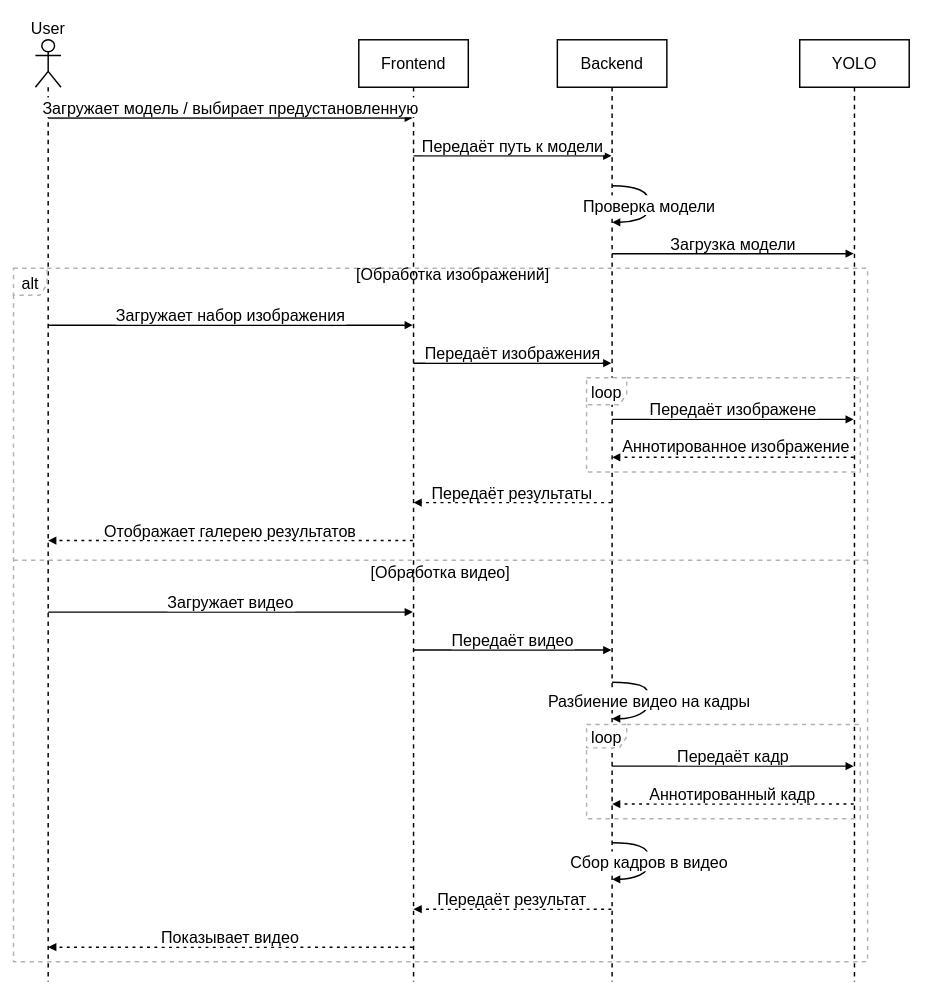
Before: ВКР/Диаграмма.drawio in FaceMan01/Homework, a draw.io diagram. Source tidied: cells renumbered, new cells numbered last; positions are measured from the earlier drawing's top-left corner, leaving out a move shared by most shapes. Both pictures are drawn from the tidied source at 73%, with x=0, y=0 at pixel (13, 39).
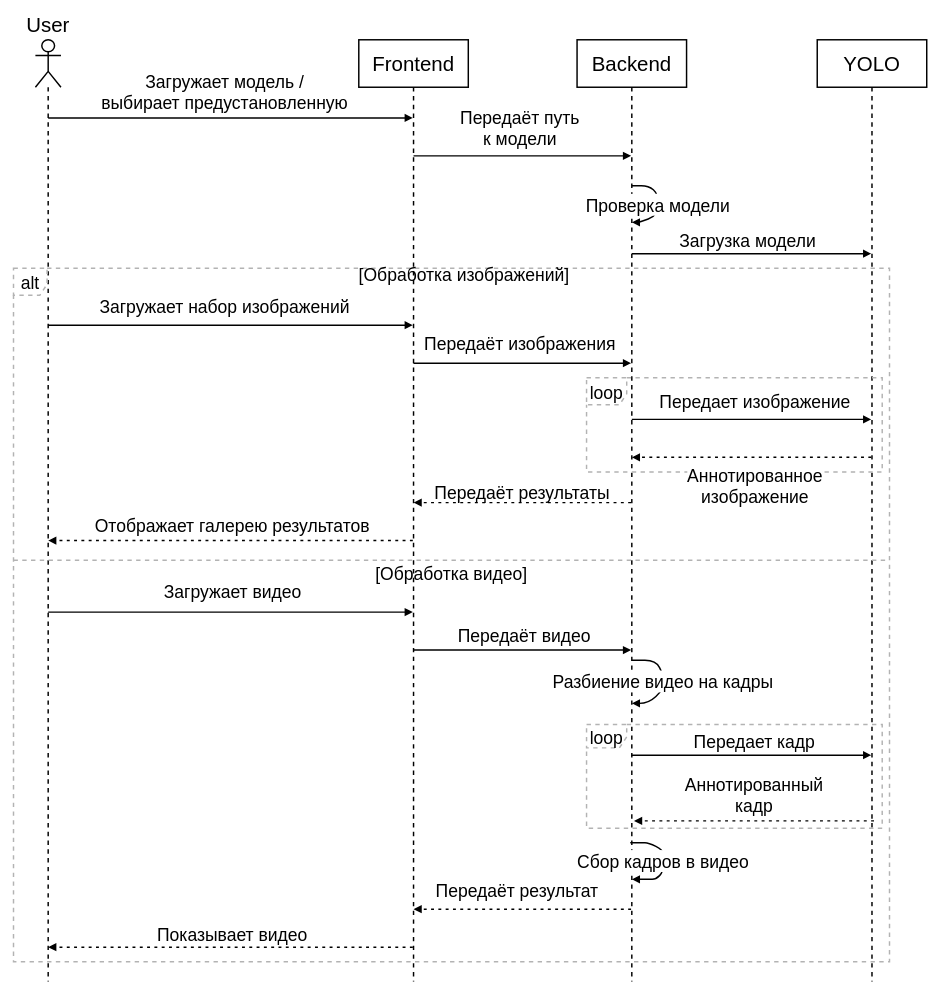
The same diagram, later.

The edit, as a diff of the source:
```diff
@@
-    <mxCell id="2" value="User" style="shape=umlLifeline;perimeter=lifelinePerimeter;whiteSpace=wrap;outlineConnect=0;portConstraint=eastwest;newEdgeStyle={&quot;edgeStyle&quot;:&quot;elbowEdgeStyle&quot;,&quot;elbow&quot;:&quot;vertical&quot;,&quot;curved&quot;:0,&quot;rounded&quot;:0};participant=umlActor;verticalAlign=bottom;labelPosition=center;verticalLabelPosition=top;align=center;size=65;fontSize=22;strokeWidth=2;shadow=0;" parent="1" vertex="1">
+    <mxCell id="2" value="User" style="shape=umlLifeline;perimeter=lifelinePerimeter;whiteSpace=wrap;outlineConnect=0;portConstraint=eastwest;newEdgeStyle={&quot;edgeStyle&quot;:&quot;elbowEdgeStyle&quot;,&quot;elbow&quot;:&quot;vertical&quot;,&quot;curved&quot;:0,&quot;rounded&quot;:0};participant=umlActor;verticalAlign=bottom;labelPosition=center;verticalLabelPosition=top;align=center;size=65;fontSize=28;strokeWidth=2;shadow=0;" parent="1" vertex="1">
       <mxGeometry x="30" width="35" height="1290" as="geometry" />
     </mxCell>
-    <mxCell id="3" value="Frontend" style="shape=umlLifeline;perimeter=lifelinePerimeter;whiteSpace=wrap;outlineConnect=0;portConstraint=eastwest;newEdgeStyle={&quot;edgeStyle&quot;:&quot;elbowEdgeStyle&quot;,&quot;elbow&quot;:&quot;vertical&quot;,&quot;curved&quot;:0,&quot;rounded&quot;:0};size=65;fontSize=22;strokeWidth=2;shadow=0;" parent="1" vertex="1">
+    <mxCell id="3" value="Frontend" style="shape=umlLifeline;perimeter=lifelinePerimeter;whiteSpace=wrap;outlineConnect=0;portConstraint=eastwest;newEdgeStyle={&quot;edgeStyle&quot;:&quot;elbowEdgeStyle&quot;,&quot;elbow&quot;:&quot;vertical&quot;,&quot;curved&quot;:0,&quot;rounded&quot;:0};size=65;fontSize=28;strokeWidth=2;shadow=0;" parent="1" vertex="1">
       <mxGeometry x="473" width="150" height="1290" as="geometry" />
     </mxCell>
-    <mxCell id="4" value="Backend" style="shape=umlLifeline;perimeter=lifelinePerimeter;whiteSpace=wrap;outlineConnect=0;portConstraint=eastwest;newEdgeStyle={&quot;edgeStyle&quot;:&quot;elbowEdgeStyle&quot;,&quot;elbow&quot;:&quot;vertical&quot;,&quot;curved&quot;:0,&quot;rounded&quot;:0};size=65;fontSize=22;strokeWidth=2;shadow=0;" parent="1" vertex="1">
-      <mxGeometry x="745" width="150" height="1290" as="geometry" />
+    <mxCell id="4" value="Backend" style="shape=umlLifeline;perimeter=lifelinePerimeter;whiteSpace=wrap;outlineConnect=0;portConstraint=eastwest;newEdgeStyle={&quot;edgeStyle&quot;:&quot;elbowEdgeStyle&quot;,&quot;elbow&quot;:&quot;vertical&quot;,&quot;curved&quot;:0,&quot;rounded&quot;:0};size=65;fontSize=28;strokeWidth=2;shadow=0;" parent="1" vertex="1">
+      <mxGeometry x="772" width="150" height="1290" as="geometry" />
     </mxCell>
-    <mxCell id="5" value="YOLO" style="shape=umlLifeline;perimeter=lifelinePerimeter;whiteSpace=wrap;outlineConnect=0;portConstraint=eastwest;newEdgeStyle={&quot;edgeStyle&quot;:&quot;elbowEdgeStyle&quot;,&quot;elbow&quot;:&quot;vertical&quot;,&quot;curved&quot;:0,&quot;rounded&quot;:0};size=65;fontSize=22;strokeWidth=2;shadow=0;" parent="1" vertex="1">
-      <mxGeometry x="1077" width="150" height="1290" as="geometry" />
+    <mxCell id="5" value="YOLO" style="shape=umlLifeline;perimeter=lifelinePerimeter;whiteSpace=wrap;outlineConnect=0;portConstraint=eastwest;newEdgeStyle={&quot;edgeStyle&quot;:&quot;elbowEdgeStyle&quot;,&quot;elbow&quot;:&quot;vertical&quot;,&quot;curved&quot;:0,&quot;rounded&quot;:0};size=65;fontSize=28;strokeWidth=2;shadow=0;" parent="1" vertex="1">
+      <mxGeometry x="1101" width="150" height="1290" as="geometry" />
     </mxCell>
-    <mxCell id="6" value="loop" style="shape=umlFrame;dashed=1;strokeColor=#B3B3B3;height=37;width=55;fontSize=22;strokeWidth=2;shadow=0;" parent="1" vertex="1">
-      <mxGeometry x="785" y="463" width="375" height="129" as="geometry" />
+    <mxCell id="6" value="loop" style="shape=umlFrame;dashed=1;strokeColor=#B3B3B3;height=37;width=55;fontSize=24;strokeWidth=2;shadow=0;" parent="1" vertex="1">
+      <mxGeometry x="785" y="463" width="405" height="129" as="geometry" />
     </mxCell>
-    <mxCell id="7" style="text;strokeColor=none;fillColor=none;align=center;verticalAlign=middle;whiteSpace=wrap;fontSize=22;strokeWidth=2;shadow=0;" parent="6" vertex="1">
-      <mxGeometry x="46.4" width="328.6" height="20" as="geometry" />
+    <mxCell id="7" style="text;strokeColor=none;fillColor=none;align=center;verticalAlign=middle;whiteSpace=wrap;fontSize=24;strokeWidth=2;shadow=0;" parent="6" vertex="1">
+      <mxGeometry x="50.2" width="354.8" height="20" as="geometry" />
     </mxCell>
-    <mxCell id="8" value="loop" style="shape=umlFrame;dashed=1;strokeColor=#B3B3B3;height=32;width=55;fontSize=22;strokeWidth=2;shadow=0;" parent="1" vertex="1">
-      <mxGeometry x="785" y="938" width="375" height="129" as="geometry" />
+    <mxCell id="8" value="loop" style="shape=umlFrame;dashed=1;strokeColor=#B3B3B3;height=32;width=55;fontSize=24;strokeWidth=2;shadow=0;" parent="1" vertex="1">
+      <mxGeometry x="785" y="938" width="405" height="142" as="geometry" />
     </mxCell>
-    <mxCell id="9" style="text;strokeColor=none;fillColor=none;align=center;verticalAlign=middle;whiteSpace=wrap;fontSize=22;strokeWidth=2;shadow=0;" parent="8" vertex="1">
-      <mxGeometry x="46.4" width="328.6" height="20" as="geometry" />
+    <mxCell id="9" style="text;strokeColor=none;fillColor=none;align=center;verticalAlign=middle;whiteSpace=wrap;fontSize=24;strokeWidth=2;shadow=0;" parent="8" vertex="1">
+      <mxGeometry x="50.2" width="354.8" height="22" as="geometry" />
     </mxCell>
-    <mxCell id="10" value="alt" style="shape=umlFrame;dashed=1;strokeColor=#B3B3B3;height=37;width=46;fontSize=22;strokeWidth=2;shadow=0;" parent="1" vertex="1">
-      <mxGeometry y="313" width="1170" height="950" as="geometry" />
+    <mxCell id="10" value="alt" style="shape=umlFrame;dashed=1;strokeColor=#B3B3B3;height=37;width=46;fontSize=24;strokeWidth=2;shadow=0;" parent="1" vertex="1">
+      <mxGeometry y="313" width="1200" height="950" as="geometry" />
     </mxCell>
-    <mxCell id="11" value="[Обработка изображений]" style="text;strokeColor=none;fillColor=none;align=center;verticalAlign=middle;whiteSpace=wrap;fontSize=22;strokeWidth=2;shadow=0;" parent="10" vertex="1">
-      <mxGeometry x="34.3" width="1135.7" height="20" as="geometry" />
+    <mxCell id="11" value="[Обработка изображений]" style="text;strokeColor=none;fillColor=none;align=center;verticalAlign=middle;whiteSpace=wrap;fontSize=24;strokeWidth=2;shadow=0;" parent="10" vertex="1">
+      <mxGeometry x="35.2" width="1164.8" height="20" as="geometry" />
     </mxCell>
-    <mxCell id="12" value="[Обработка видео]" style="shape=line;dashed=1;whiteSpace=wrap;verticalAlign=top;labelPosition=center;verticalLabelPosition=middle;align=center;strokeColor=#B3B3B3;fontSize=22;strokeWidth=2;shadow=0;" parent="10" vertex="1">
-      <mxGeometry y="398" width="1170" height="4" as="geometry" />
+    <mxCell id="12" value="[Обработка видео]" style="shape=line;dashed=1;whiteSpace=wrap;verticalAlign=top;labelPosition=center;verticalLabelPosition=middle;align=center;strokeColor=#B3B3B3;fontSize=24;strokeWidth=2;shadow=0;" parent="10" vertex="1">
+      <mxGeometry y="398" width="1200" height="4" as="geometry" />
     </mxCell>
-    <mxCell id="13" value="Загружает модель / выбирает предустановленную" style="verticalAlign=bottom;edgeStyle=elbowEdgeStyle;elbow=vertical;curved=0;rounded=0;endArrow=block;fontSize=22;strokeWidth=2;shadow=0;" parent="1" edge="1" source="2" target="3">
-      <mxGeometry relative="1" as="geometry">
+    <mxCell id="13" value="Загружает модель /&#10;выбирает предустановленную" style="verticalAlign=bottom;edgeStyle=elbowEdgeStyle;elbow=vertical;curved=0;rounded=0;endArrow=block;fontSize=24;strokeWidth=2;shadow=0;" parent="1" edge="1" source="2" target="3">
+      <mxGeometry x="-0.03" y="7" relative="1" as="geometry">
         <Array as="points">
           <mxPoint x="335" y="107" />
         </Array>
       </mxGeometry>
     </mxCell>
-    <mxCell id="14" value="Передаёт путь к модели" style="verticalAlign=bottom;edgeStyle=elbowEdgeStyle;elbow=vertical;curved=0;rounded=0;endArrow=block;fontSize=22;strokeWidth=2;shadow=0;" parent="1" edge="1" source="3" target="4">
-      <mxGeometry relative="1" as="geometry">
+    <mxCell id="14" value="Передаёт путь &#10;к модели" style="verticalAlign=bottom;edgeStyle=elbowEdgeStyle;elbow=vertical;curved=0;rounded=0;endArrow=block;fontSize=24;strokeWidth=2;shadow=0;" parent="1" edge="1" source="3" target="4">
+      <mxGeometry x="-0.02" y="9" relative="1" as="geometry">
         <Array as="points">
           <mxPoint x="681" y="159" />
         </Array>
       </mxGeometry>
     </mxCell>
-    <mxCell id="15" value="Проверка модели" style="curved=1;endArrow=block;rounded=0;fontSize=22;strokeWidth=2;shadow=0;" parent="1" edge="1" source="4" target="4">
+    <mxCell id="15" value="Проверка модели" style="curved=1;endArrow=block;rounded=0;fontSize=24;strokeWidth=2;shadow=0;" parent="1" edge="1" source="4" target="4">
       <mxGeometry relative="1" as="geometry">
         <Array as="points">
-          <mxPoint x="844" y="200" />
-          <mxPoint x="871" y="211" />
-          <mxPoint x="871" y="241" />
-          <mxPoint x="844" y="250" />
+          <mxPoint x="850" y="200" />
+          <mxPoint x="870" y="200" />
+          <mxPoint x="883" y="211" />
+          <mxPoint x="883" y="241" />
+          <mxPoint x="856" y="250" />
         </Array>
       </mxGeometry>
     </mxCell>
-    <mxCell id="16" value="Загрузка модели" style="verticalAlign=bottom;edgeStyle=elbowEdgeStyle;elbow=vertical;curved=0;rounded=0;endArrow=block;fontSize=22;strokeWidth=2;shadow=0;" parent="1" edge="1" source="4" target="5">
-      <mxGeometry relative="1" as="geometry">
+    <mxCell id="16" value="Загрузка модели" style="verticalAlign=bottom;edgeStyle=elbowEdgeStyle;elbow=vertical;curved=0;rounded=0;endArrow=block;fontSize=24;strokeWidth=2;shadow=0;" parent="1" edge="1" source="4" target="5">
+      <mxGeometry x="-0.03" y="3" relative="1" as="geometry">
         <Array as="points">
           <mxPoint x="955" y="293" />
         </Array>
       </mxGeometry>
     </mxCell>
-    <mxCell id="17" value="Загружает набор изображения" style="verticalAlign=bottom;edgeStyle=elbowEdgeStyle;elbow=vertical;curved=0;rounded=0;endArrow=block;fontSize=22;strokeWidth=2;shadow=0;" parent="1" edge="1" source="2" target="3">
-      <mxGeometry relative="1" as="geometry">
+    <mxCell id="17" value="Загружает набор изображений" style="verticalAlign=bottom;edgeStyle=elbowEdgeStyle;elbow=vertical;curved=0;rounded=0;endArrow=block;fontSize=24;strokeWidth=2;shadow=0;" parent="1" edge="1" source="2" target="3">
+      <mxGeometry x="-0.03" y="11" relative="1" as="geometry">
         <Array as="points">
           <mxPoint x="335" y="391" />
         </Array>
       </mxGeometry>
     </mxCell>
-    <mxCell id="18" value="Передаёт изображения" style="verticalAlign=bottom;edgeStyle=elbowEdgeStyle;elbow=vertical;curved=0;rounded=0;endArrow=block;fontSize=22;strokeWidth=2;shadow=0;" parent="1" edge="1" source="3" target="4">
-      <mxGeometry relative="1" as="geometry">
+    <mxCell id="18" value="Передаёт изображения" style="verticalAlign=bottom;edgeStyle=elbowEdgeStyle;elbow=vertical;curved=0;rounded=0;endArrow=block;fontSize=24;strokeWidth=2;shadow=0;" parent="1" edge="1" source="3" target="4">
+      <mxGeometry x="-0.02" y="13" relative="1" as="geometry">
         <Array as="points">
           <mxPoint x="681" y="443" />
         </Array>
       </mxGeometry>
     </mxCell>
-    <mxCell id="19" value="Передаёт изображене" style="verticalAlign=bottom;edgeStyle=elbowEdgeStyle;elbow=vertical;curved=0;rounded=0;endArrow=block;fontSize=22;strokeWidth=2;shadow=0;" parent="1" edge="1" source="4" target="5">
-      <mxGeometry relative="1" as="geometry">
+    <mxCell id="19" value="Передает изображение" style="verticalAlign=bottom;edgeStyle=elbowEdgeStyle;elbow=vertical;curved=0;rounded=0;endArrow=block;fontSize=24;strokeWidth=2;shadow=0;" parent="1" edge="1" source="4" target="5">
+      <mxGeometry x="0.03" y="10" relative="1" as="geometry">
         <Array as="points">
           <mxPoint x="955" y="520" />
         </Array>
       </mxGeometry>
     </mxCell>
-    <mxCell id="20" value="Аннотированное изображение" style="verticalAlign=bottom;edgeStyle=elbowEdgeStyle;elbow=vertical;curved=0;rounded=0;dashed=1;dashPattern=2 3;endArrow=block;fontSize=22;strokeWidth=2;shadow=0;" parent="1" edge="1" source="5" target="4">
-      <mxGeometry x="-0.03" y="-2" relative="1" as="geometry">
+    <mxCell id="20" value="Аннотированное&#10;изображение" style="verticalAlign=bottom;edgeStyle=elbowEdgeStyle;elbow=vertical;curved=0;rounded=0;dashed=1;dashPattern=2 3;endArrow=block;fontSize=24;strokeWidth=2;shadow=0;" parent="1" edge="1" source="5" target="4">
+      <mxGeometry x="-0.03" y="68" relative="1" as="geometry">
         <Array as="points">
           <mxPoint x="958" y="572" />
         </Array>
       </mxGeometry>
     </mxCell>
-    <mxCell id="21" value="Передаёт результаты" style="verticalAlign=bottom;edgeStyle=elbowEdgeStyle;elbow=vertical;curved=0;rounded=0;dashed=1;dashPattern=2 3;endArrow=block;fontSize=22;strokeWidth=2;shadow=0;" parent="1" edge="1" source="4" target="3">
+    <mxCell id="21" value="Передаёт результаты" style="verticalAlign=bottom;edgeStyle=elbowEdgeStyle;elbow=vertical;curved=0;rounded=0;dashed=1;dashPattern=2 3;endArrow=block;fontSize=24;strokeWidth=2;shadow=0;" parent="1" edge="1" source="4" target="3">
       <mxGeometry relative="1" as="geometry">
         <Array as="points">
           <mxPoint x="684" y="634" />
         </Array>
       </mxGeometry>
     </mxCell>
-    <mxCell id="22" value="Отображает галерею результатов" style="verticalAlign=bottom;edgeStyle=elbowEdgeStyle;elbow=vertical;curved=0;rounded=0;dashed=1;dashPattern=2 3;endArrow=block;fontSize=22;strokeWidth=2;shadow=0;" parent="1" edge="1" source="3" target="2">
-      <mxGeometry relative="1" as="geometry">
+    <mxCell id="22" value="Отображает галерею результатов" style="verticalAlign=bottom;edgeStyle=elbowEdgeStyle;elbow=vertical;curved=0;rounded=0;dashed=1;dashPattern=2 3;endArrow=block;fontSize=24;strokeWidth=2;shadow=0;" parent="1" edge="1" source="3" target="2">
+      <mxGeometry x="-0.01" y="-6" relative="1" as="geometry">
         <Array as="points">
           <mxPoint x="338" y="686" />
         </Array>
       </mxGeometry>
     </mxCell>
-    <mxCell id="23" value="Загружает видео" style="verticalAlign=bottom;edgeStyle=elbowEdgeStyle;elbow=vertical;curved=0;rounded=0;endArrow=block;fontSize=22;strokeWidth=2;shadow=0;" parent="1" edge="1" source="2" target="3">
-      <mxGeometry relative="1" as="geometry">
+    <mxCell id="23" value="Загружает видео" style="verticalAlign=bottom;edgeStyle=elbowEdgeStyle;elbow=vertical;curved=0;rounded=0;endArrow=block;fontSize=24;strokeWidth=2;shadow=0;" parent="1" edge="1" source="2" target="3">
+      <mxGeometry x="0.01" y="14" relative="1" as="geometry">
         <Array as="points">
           <mxPoint x="335" y="784" />
         </Array>
+        <mxPoint x="1" as="offset" />
       </mxGeometry>
     </mxCell>
-    <mxCell id="24" value="Передаёт видео" style="verticalAlign=bottom;edgeStyle=elbowEdgeStyle;elbow=vertical;curved=0;rounded=0;endArrow=block;fontSize=22;strokeWidth=2;shadow=0;" parent="1" edge="1" source="3" target="4">
-      <mxGeometry relative="1" as="geometry">
+    <mxCell id="24" value="Передаёт видео" style="verticalAlign=bottom;edgeStyle=elbowEdgeStyle;elbow=vertical;curved=0;rounded=0;endArrow=block;fontSize=24;strokeWidth=2;shadow=0;" parent="1" edge="1" source="3" target="4">
+      <mxGeometry x="0.02" y="6" relative="1" as="geometry">
         <Array as="points">
           <mxPoint x="681" y="836" />
         </Array>
       </mxGeometry>
     </mxCell>
-    <mxCell id="25" value="Разбиение видео на кадры" style="curved=1;endArrow=block;rounded=0;fontSize=22;strokeWidth=2;shadow=0;" parent="1" edge="1" source="4" target="4">
+    <mxCell id="25" value="Разбиение видео на кадры" style="curved=1;endArrow=block;rounded=0;fontSize=24;strokeWidth=2;shadow=0;" parent="1" edge="1" source="4" target="4">
       <mxGeometry relative="1" as="geometry">
         <Array as="points">
-          <mxPoint x="844" y="880" />
-          <mxPoint x="871" y="888" />
-          <mxPoint x="871" y="918" />
-          <mxPoint x="844" y="930" />
+          <mxPoint x="850" y="850" />
+          <mxPoint x="880" y="850" />
+          <mxPoint x="890" y="870" />
+          <mxPoint x="890" y="880" />
+          <mxPoint x="890" y="890" />
+          <mxPoint x="870" y="909" />
         </Array>
       </mxGeometry>
     </mxCell>
-    <mxCell id="26" value="Передаёт кадр" style="verticalAlign=bottom;edgeStyle=elbowEdgeStyle;elbow=vertical;curved=0;rounded=0;endArrow=block;fontSize=22;strokeWidth=2;shadow=0;" parent="1" edge="1" source="4" target="5">
-      <mxGeometry relative="1" as="geometry">
+    <mxCell id="26" value="Передает кадр" style="verticalAlign=bottom;edgeStyle=elbowEdgeStyle;elbow=vertical;curved=0;rounded=0;endArrow=block;fontSize=24;strokeWidth=2;shadow=0;" parent="1" edge="1">
+      <mxGeometry x="0.03" y="5" relative="1" as="geometry">
+        <mxPoint x="846.2" y="980" as="sourcePoint" />
+        <mxPoint x="1175" y="980" as="targetPoint" />
         <Array as="points">
-          <mxPoint x="955" y="995" />
+          <mxPoint x="930" y="980" />
+          <mxPoint x="955" y="1005" />
         </Array>
       </mxGeometry>
     </mxCell>
-    <mxCell id="27" value="Аннотированный кадр" style="verticalAlign=bottom;edgeStyle=elbowEdgeStyle;elbow=vertical;curved=0;rounded=0;dashed=1;dashPattern=2 3;endArrow=block;fontSize=22;strokeWidth=2;shadow=0;" parent="1" edge="1" source="5" target="4">
-      <mxGeometry relative="1" as="geometry">
+    <mxCell id="27" value="Аннотированный&#10;кадр" style="verticalAlign=bottom;edgeStyle=elbowEdgeStyle;elbow=vertical;curved=0;rounded=0;dashed=1;dashPattern=2 3;endArrow=block;fontSize=24;strokeWidth=2;shadow=0;" parent="1" edge="1">
+      <mxGeometry y="-7" relative="1" as="geometry">
+        <mxPoint x="1178.8" y="1070" as="sourcePoint" />
+        <mxPoint x="850" y="1070" as="targetPoint" />
         <Array as="points">
-          <mxPoint x="958" y="1047" />
+          <mxPoint x="961.8" y="1070" />
         </Array>
       </mxGeometry>
     </mxCell>
-    <mxCell id="28" value="Сбор кадров в видео" style="curved=1;endArrow=block;rounded=0;fontSize=22;strokeWidth=2;shadow=0;" parent="1" edge="1" source="4" target="4">
+    <mxCell id="28" value="Сбор кадров в видео" style="curved=1;endArrow=block;rounded=0;fontSize=24;strokeWidth=2;shadow=0;" parent="1" edge="1" source="4" target="4">
       <mxGeometry relative="1" as="geometry">
         <Array as="points">
           <mxPoint x="844" y="1100" />
-          <mxPoint x="871" y="1109" />
-          <mxPoint x="871" y="1139" />
-          <mxPoint x="844" y="1150" />
+          <mxPoint x="860" y="1100" />
+          <mxPoint x="870" y="1100" />
+          <mxPoint x="890" y="1110" />
+          <mxPoint x="890" y="1120" />
+          <mxPoint x="890" y="1140" />
+          <mxPoint x="880" y="1150" />
+          <mxPoint x="870" y="1150" />
         </Array>
       </mxGeometry>
     </mxCell>
-    <mxCell id="29" value="Передаёт результат" style="verticalAlign=bottom;edgeStyle=elbowEdgeStyle;elbow=vertical;curved=0;rounded=0;dashed=1;dashPattern=2 3;endArrow=block;fontSize=22;strokeWidth=2;shadow=0;" parent="1" edge="1" source="4" target="3">
-      <mxGeometry relative="1" as="geometry">
+    <mxCell id="29" value="Передаёт результат" style="verticalAlign=bottom;edgeStyle=elbowEdgeStyle;elbow=vertical;curved=0;rounded=0;dashed=1;dashPattern=2 3;endArrow=block;fontSize=24;strokeWidth=2;shadow=0;" parent="1" edge="1" source="4" target="3">
+      <mxGeometry x="0.05" y="-11" relative="1" as="geometry">
         <Array as="points">
           <mxPoint x="684" y="1191" />
         </Array>
       </mxGeometry>
     </mxCell>
-    <mxCell id="30" value="Показывает видео" style="verticalAlign=bottom;edgeStyle=elbowEdgeStyle;elbow=vertical;curved=0;rounded=0;dashed=1;dashPattern=2 3;endArrow=block;fontSize=22;strokeWidth=2;shadow=0;" parent="1" edge="1" source="3" target="2">
-      <mxGeometry relative="1" as="geometry">
+    <mxCell id="30" value="Показывает видео" style="verticalAlign=bottom;edgeStyle=elbowEdgeStyle;elbow=vertical;curved=0;rounded=0;dashed=1;dashPattern=2 3;endArrow=block;fontSize=24;strokeWidth=2;shadow=0;" parent="1" edge="1" source="3" target="2">
+      <mxGeometry x="-0.01" y="-3" relative="1" as="geometry">
         <Array as="points">
           <mxPoint x="338" y="1243" />
         </Array>
       </mxGeometry>
     </mxCell>
```
